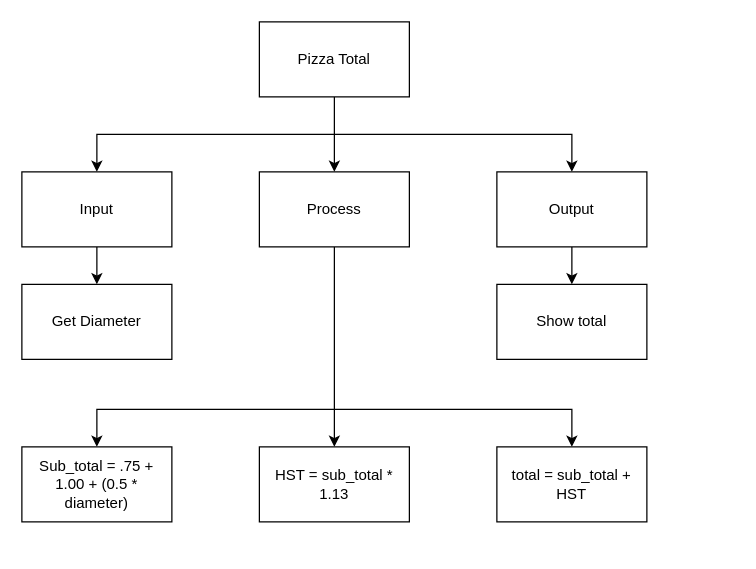
Earlier version of the draw.io diagram Draw.io/topdown.drawio (Peter-Gemmell/ICS3U-Unit3-05-Python). Source tidied: cells renumbered, new cells numbered last; positions are measured from the earlier drawing's top-left corner, leaving out a move shared by most shapes. Both pictures are drawn from the tidied source at 125%, with x=0, y=0 at pixel (21, 21).
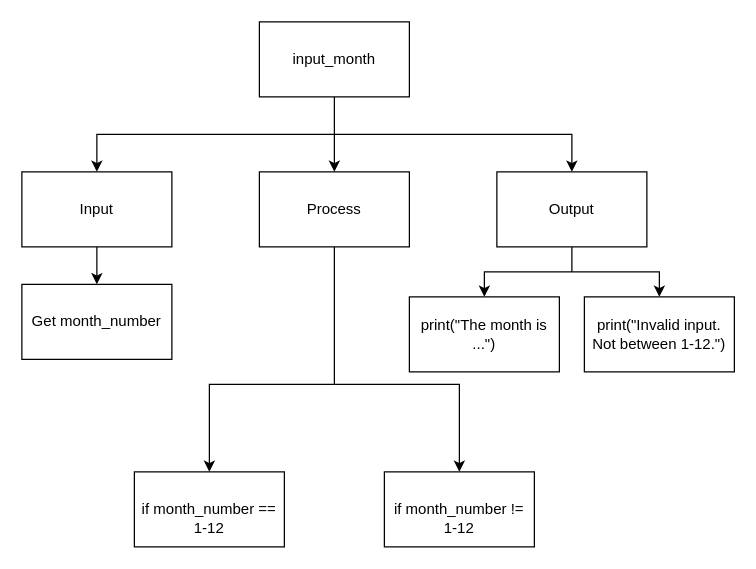
The same diagram, later.

Unchanged cells that the change refers to:
```xml
<mxCell id="11" value="Process" style="rounded=0;whiteSpace=wrap;html=1;" parent="1" vertex="1">
  <mxGeometry x="190" y="120" width="120" height="60" as="geometry" />
</mxCell>
<mxCell id="13" value="Output" style="rounded=0;whiteSpace=wrap;html=1;" parent="1" vertex="1">
  <mxGeometry x="380" y="120" width="120" height="60" as="geometry" />
</mxCell>
```

Diff of the diagram source:
```diff
@@
-    <mxCell id="5" value="Pizza Total" style="rounded=0;whiteSpace=wrap;html=1;" parent="1" vertex="1">
+    <mxCell id="5" value="input_month" style="rounded=0;whiteSpace=wrap;html=1;" parent="1" vertex="1">
       <mxGeometry x="190" width="120" height="60" as="geometry" />
     </mxCell>
@@
-    <mxCell id="8" style="edgeStyle=none;rounded=0;html=1;" parent="1" edge="1" source="11" target="16">
-      <mxGeometry relative="1" as="geometry" />
+    <mxCell id="8" style="edgeStyle=none;rounded=0;html=1;endArrow=none;endFill=0;" parent="1" edge="1" source="11">
+      <mxGeometry relative="1" as="geometry">
+        <mxPoint x="250" y="290" as="targetPoint" />
+      </mxGeometry>
     </mxCell>
-    <mxCell id="9" style="edgeStyle=none;rounded=0;html=1;entryX=0.5;entryY=0;entryDx=0;entryDy=0;" parent="1" edge="1" target="18">
-      <mxGeometry relative="1" as="geometry">
-        <mxPoint x="250" y="310" as="sourcePoint" />
-        <Array as="points">
-          <mxPoint x="440" y="310" />
-        </Array>
-      </mxGeometry>
-    </mxCell>
-    <mxCell id="10" style="edgeStyle=none;rounded=0;html=1;entryX=0.5;entryY=0;entryDx=0;entryDy=0;" parent="1" edge="1" target="17">
+    <mxCell id="10" style="edgeStyle=none;html=1;entryX=0.5;entryY=0;entryDx=0;entryDy=0;rounded=0;" parent="1" edge="1" target="17">
       <mxGeometry relative="1" as="geometry">
-        <mxPoint x="250" y="310" as="sourcePoint" />
+        <mxPoint x="250" y="290" as="sourcePoint" />
         <Array as="points">
-          <mxPoint x="60" y="310" />
+          <mxPoint x="150" y="290" />
         </Array>
       </mxGeometry>
     </mxCell>
+    <mxCell id="19" style="edgeStyle=none;rounded=0;html=1;entryX=0.5;entryY=0;entryDx=0;entryDy=0;endArrow=classic;endFill=1;" parent="1" edge="1" target="22">
+      <mxGeometry relative="1" as="geometry">
+        <mxPoint x="250" y="290" as="sourcePoint" />
+        <Array as="points">
+          <mxPoint x="350" y="290" />
+        </Array>
+      </mxGeometry>
+    </mxCell>
@@
-    <mxCell id="12" style="edgeStyle=none;rounded=0;html=1;" parent="1" edge="1" source="13" target="15">
-      <mxGeometry relative="1" as="geometry" />
+    <mxCell id="12" style="edgeStyle=none;rounded=0;html=1;entryX=0.5;entryY=0;entryDx=0;entryDy=0;" parent="1" edge="1" target="15">
+      <mxGeometry relative="1" as="geometry">
+        <mxPoint x="440" y="200" as="sourcePoint" />
+        <Array as="points">
+          <mxPoint x="370" y="200" />
+        </Array>
+      </mxGeometry>
     </mxCell>
+    <mxCell id="20" style="edgeStyle=none;rounded=0;html=1;endArrow=none;endFill=0;" parent="1" edge="1" source="13">
+      <mxGeometry relative="1" as="geometry">
+        <mxPoint x="440" y="200" as="targetPoint" />
+      </mxGeometry>
+    </mxCell>
+    <mxCell id="21" style="edgeStyle=none;rounded=0;html=1;entryX=0.5;entryY=0;entryDx=0;entryDy=0;endArrow=classic;endFill=1;" parent="1" edge="1" target="23">
+      <mxGeometry relative="1" as="geometry">
+        <mxPoint x="440" y="200" as="sourcePoint" />
+        <Array as="points">
+          <mxPoint x="510" y="200" />
+        </Array>
+      </mxGeometry>
+    </mxCell>
@@
-    <mxCell id="14" value="Get Diameter" style="rounded=0;whiteSpace=wrap;html=1;" parent="1" vertex="1">
+    <mxCell id="14" value="Get month_number" style="rounded=0;whiteSpace=wrap;html=1;" parent="1" vertex="1">
       <mxGeometry y="210" width="120" height="60" as="geometry" />
     </mxCell>
-    <mxCell id="15" value="Show total" style="rounded=0;whiteSpace=wrap;html=1;" parent="1" vertex="1">
-      <mxGeometry x="380" y="210" width="120" height="60" as="geometry" />
+    <mxCell id="15" value="print(&quot;The month is ...&quot;)" style="rounded=0;whiteSpace=wrap;html=1;" parent="1" vertex="1">
+      <mxGeometry x="310" y="220" width="120" height="60" as="geometry" />
     </mxCell>
-    <mxCell id="16" value="HST = sub_total * 1.13" style="rounded=0;whiteSpace=wrap;html=1;" parent="1" vertex="1">
-      <mxGeometry x="190" y="340" width="120" height="60" as="geometry" />
-    </mxCell>
-    <mxCell id="17" value="Sub_total = .75 + 1.00 + (0.5 * diameter)" style="rounded=0;whiteSpace=wrap;html=1;" parent="1" vertex="1">
-      <mxGeometry y="340" width="120" height="60" as="geometry" />
+    <mxCell id="17" value="&lt;br&gt;if month_number ==&lt;br&gt;1-12" style="rounded=0;whiteSpace=wrap;html=1;" parent="1" vertex="1">
+      <mxGeometry x="90" y="360" width="120" height="60" as="geometry" />
     </mxCell>
-    <mxCell id="18" value="total = sub_total + HST" style="rounded=0;whiteSpace=wrap;html=1;" parent="1" vertex="1">
-      <mxGeometry x="380" y="340" width="120" height="60" as="geometry" />
-    </mxCell>
+    <mxCell id="22" value="&lt;br&gt;if month_number !=&lt;br&gt;1-12" style="rounded=0;whiteSpace=wrap;html=1;" parent="1" vertex="1">
+      <mxGeometry x="290" y="360" width="120" height="60" as="geometry" />
+    </mxCell>
+    <mxCell id="23" value="print(&quot;Invalid input. Not between 1-12.&quot;)" style="rounded=0;whiteSpace=wrap;html=1;" parent="1" vertex="1">
+      <mxGeometry x="450" y="220" width="120" height="60" as="geometry" />
+    </mxCell>
```
